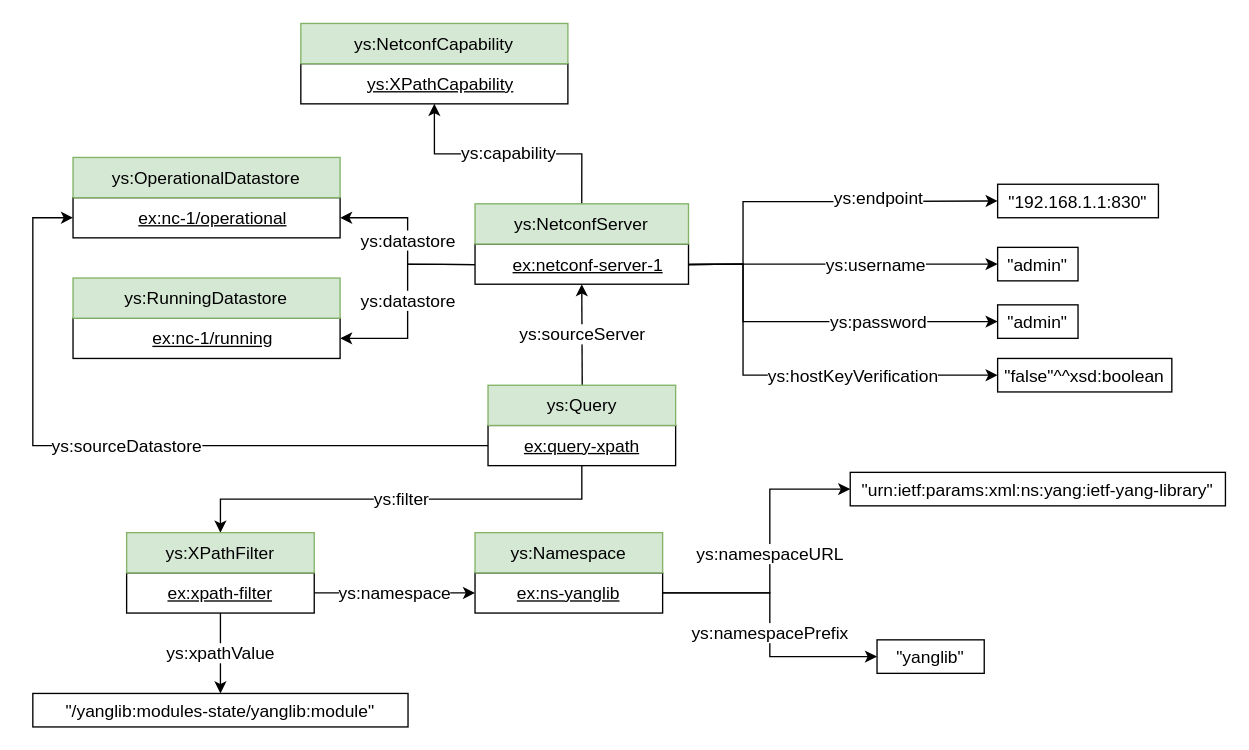
candil-data-fabric/yang-server-ontology keeps this draw.io diagram as diagrams/yang-server-examples.drawio. Above is the earlier version. Source tidied: cells renumbered, new cells numbered last; positions are measured from the earlier drawing's top-left corner, leaving out a move shared by most shapes. Both pictures are drawn from the tidied source at 134%, with x=0, y=0 at pixel (32, 23).
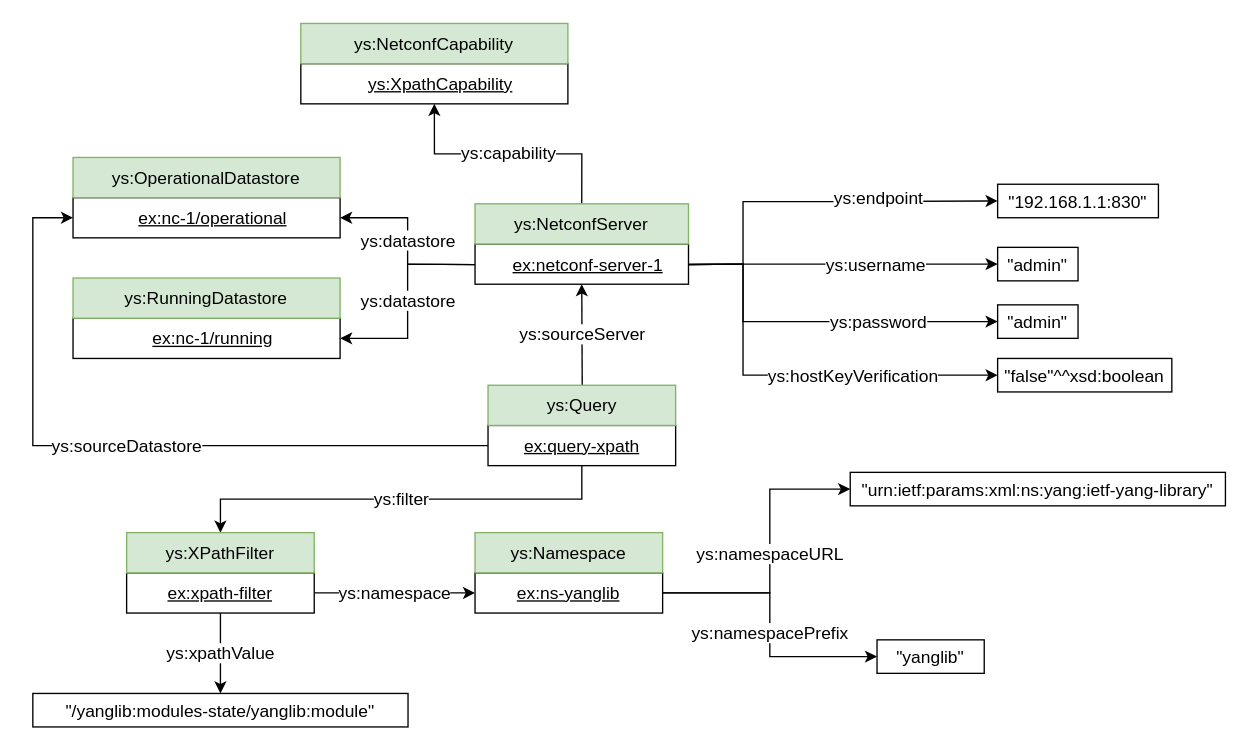
Above is the later version.

What changed in the source:
```diff
@@
-    <mxCell id="19" value="&lt;div style=&quot;font-size: 13px;&quot;&gt;&lt;u style=&quot;font-size: 13px;&quot;&gt;ys:XPathCapability&lt;/u&gt;&lt;/div&gt;" style="rounded=0;whiteSpace=wrap;html=1;snapToPoint=1;points=[[0.1,0],[0.2,0],[0.3,0],[0.4,0],[0.5,0],[0.6,0],[0.7,0],[0.8,0],[0.9,0],[0,0.1],[0,0.3],[0,0.5],[0,0.7],[0,0.9],[0.1,1],[0.2,1],[0.3,1],[0.4,1],[0.5,1],[0.6,1],[0.7,1],[0.8,1],[0.9,1],[1,0.1],[1,0.3],[1,0.5],[1,0.7],[1,0.9]];align=center;spacingLeft=10;fontSize=13;spacing=0;" parent="1" vertex="1">
+    <mxCell id="19" value="&lt;div style=&quot;font-size: 13px;&quot;&gt;&lt;u style=&quot;font-size: 13px;&quot;&gt;ys:XpathCapability&lt;/u&gt;&lt;/div&gt;" style="rounded=0;whiteSpace=wrap;html=1;snapToPoint=1;points=[[0.1,0],[0.2,0],[0.3,0],[0.4,0],[0.5,0],[0.6,0],[0.7,0],[0.8,0],[0.9,0],[0,0.1],[0,0.3],[0,0.5],[0,0.7],[0,0.9],[0.1,1],[0.2,1],[0.3,1],[0.4,1],[0.5,1],[0.6,1],[0.7,1],[0.8,1],[0.9,1],[1,0.1],[1,0.3],[1,0.5],[1,0.7],[1,0.9]];align=center;spacingLeft=10;fontSize=13;spacing=0;" parent="1" vertex="1">
       <mxGeometry x="200" y="30" width="199.3" height="30" as="geometry" />
     </mxCell>
```
